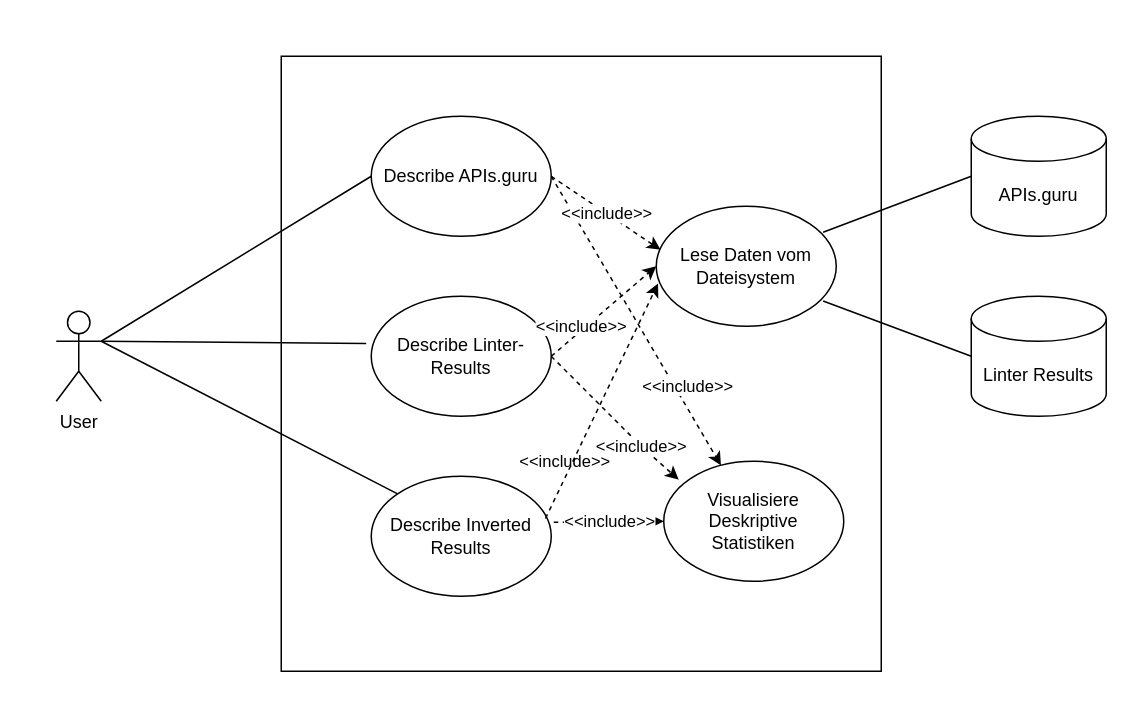
Above: requirements/usecase/describe.drawio in paulbrenker/thesis (draw.io), before the change. Source tidied: cells renumbered, new cells numbered last; positions are measured from the earlier drawing's top-left corner, leaving out a move shared by most shapes. Both pictures are drawn from the tidied source at 150%, with x=0, y=0 at pixel (56, 56).
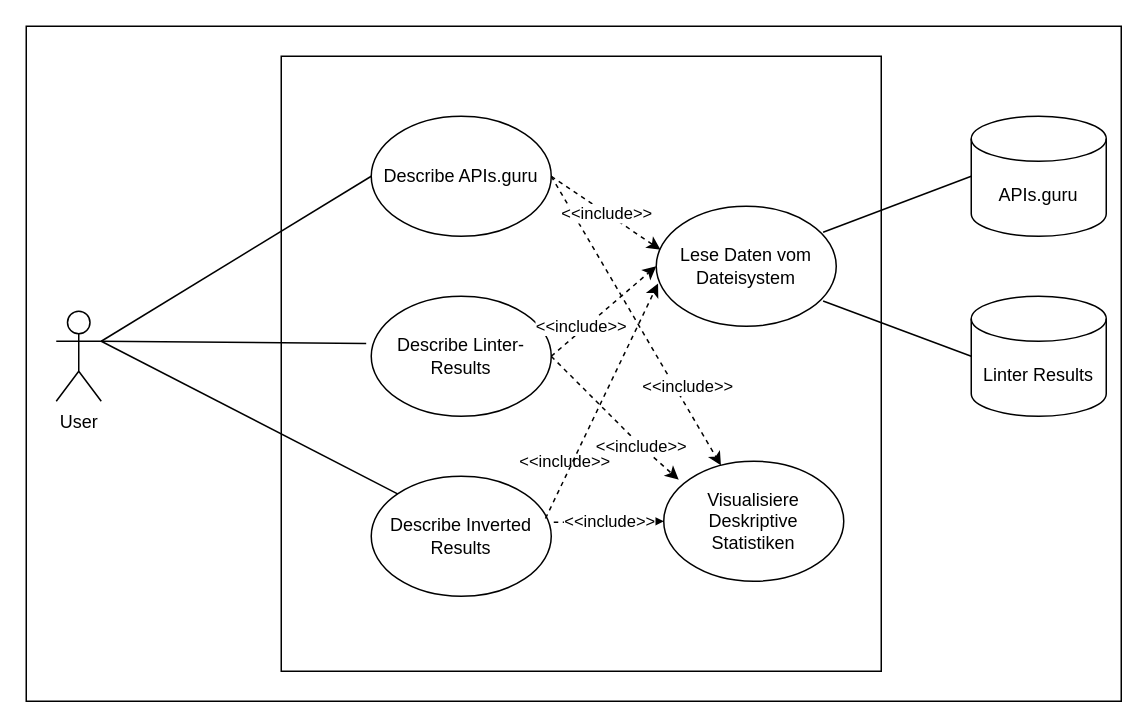
Above is the later version.

Diff of the diagram source:
```diff
@@
+    <mxCell id="22" style="rounded=0;whiteSpace=wrap;html=1;" parent="1" vertex="1">
+      <mxGeometry x="-20" y="-20" width="730" height="450" as="geometry" />
+    </mxCell>
```
